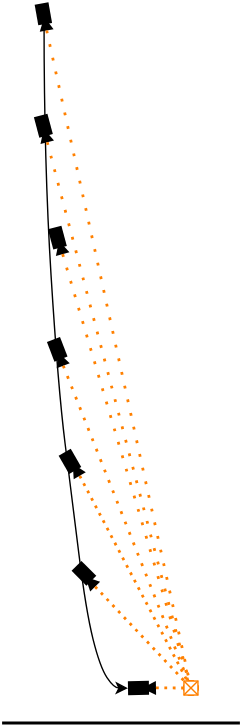
NXXR/Master-Thesis keeps this draw.io diagram as presentation/img/AutomaticNavigation_LandingPlanned.svg. Above is the earlier version. Source tidied: cells renumbered, new cells last; positions are measured from the earlier drawing's top-left corner, leaving out a move shared by most shapes.
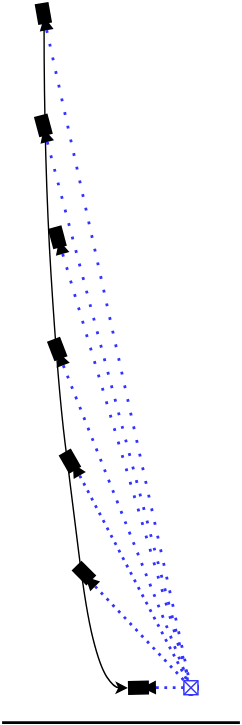
Above is the later version.

What changed in the source:
```diff
@@ -2,13 +2,13 @@
   <root>
     <mxCell id="0" />
     <mxCell id="1" parent="0" />
-    <mxCell id="2" style="endArrow=none;dashed=1;html=1;dashPattern=1 2;strokeWidth=2;strokeColor=#FF8000;exitX=0;exitY=0.5;exitDx=0;exitDy=0;entryX=0.5;entryY=0.5;entryDx=0;entryDy=0;entryPerimeter=0;" parent="1" edge="1" source="25" target="38">
+    <mxCell id="2" style="endArrow=none;dashed=1;html=1;dashPattern=1 2;strokeWidth=2;exitX=0;exitY=0.5;exitDx=0;exitDy=0;entryX=0.5;entryY=0.5;entryDx=0;entryDy=0;entryPerimeter=0;strokeColor=#3333FF;" parent="1" edge="1" source="25" target="38">
       <mxGeometry relative="1" as="geometry" />
     </mxCell>
-    <mxCell id="3" style="ellipse;whiteSpace=wrap;html=1;strokeColor=#FF8000;strokeWidth=1;fillColor=none;" parent="1" vertex="1">
+    <mxCell id="3" style="ellipse;whiteSpace=wrap;html=1;strokeWidth=1;fillColor=none;strokeColor=#3333FF;" parent="1" vertex="1">
       <mxGeometry x="130" y="482" width="10" height="10" as="geometry" />
     </mxCell>
-    <mxCell id="4" style="ellipse;whiteSpace=wrap;html=1;strokeColor=#FF8000;strokeWidth=1;fillColor=none;" parent="1" vertex="1">
+    <mxCell id="4" style="ellipse;whiteSpace=wrap;html=1;strokeWidth=1;fillColor=none;strokeColor=#3333FF;" parent="1" vertex="1">
       <mxGeometry x="130" y="482" width="10" height="10" as="geometry" />
     </mxCell>
     <mxCell id="5" style="endArrow=none;html=1;strokeWidth=2;" parent="1" edge="1">
@@ -39,7 +39,7 @@
     <mxCell id="9" style="rounded=0;whiteSpace=wrap;html=1;dashed=1;dashPattern=1 1;strokeWidth=2;fillColor=#000000;strokeColor=none;rotation=-181;" parent="7" vertex="1">
       <mxGeometry width="15" height="10" as="geometry" />
     </mxCell>
-    <mxCell id="10" style="endArrow=none;dashed=1;html=1;dashPattern=1 2;strokeWidth=2;strokeColor=#FF8000;exitX=0;exitY=0.5;exitDx=0;exitDy=0;entryX=0.5;entryY=0.5;entryDx=0;entryDy=0;entryPerimeter=0;" parent="1" edge="1" source="8" target="4">
+    <mxCell id="10" style="endArrow=none;dashed=1;html=1;dashPattern=1 2;strokeWidth=2;exitX=0;exitY=0.5;exitDx=0;exitDy=0;entryX=0.5;entryY=0.5;entryDx=0;entryDy=0;entryPerimeter=0;strokeColor=#3333FF;" parent="1" edge="1" source="8" target="4">
       <mxGeometry relative="1" as="geometry" />
     </mxCell>
     <mxCell id="11" style="group;rotation=-100;" parent="1" vertex="1">
@@ -99,43 +99,43 @@
     <mxCell id="29" style="rounded=0;whiteSpace=wrap;html=1;dashed=1;dashPattern=1 1;strokeWidth=2;fillColor=#000000;strokeColor=none;rotation=-135;" parent="27" vertex="1">
       <mxGeometry x="1" y="-2" width="15" height="10" as="geometry" />
     </mxCell>
-    <mxCell id="30" style="endArrow=none;dashed=1;html=1;dashPattern=1 2;strokeWidth=2;exitX=0;exitY=0.5;exitDx=0;exitDy=0;strokeColor=#FF8000;entryX=0.5;entryY=0.5;entryDx=0;entryDy=0;entryPerimeter=0;" parent="1" edge="1" source="28" target="39">
+    <mxCell id="30" style="endArrow=none;dashed=1;html=1;dashPattern=1 2;strokeWidth=2;exitX=0;exitY=0.5;exitDx=0;exitDy=0;entryX=0.5;entryY=0.5;entryDx=0;entryDy=0;entryPerimeter=0;strokeColor=#3333FF;" parent="1" edge="1" source="28" target="39">
       <mxGeometry relative="1" as="geometry" />
     </mxCell>
-    <mxCell id="31" style="endArrow=none;dashed=1;html=1;dashPattern=1 3;strokeWidth=2;exitX=0;exitY=0.5;exitDx=0;exitDy=0;strokeColor=#FF8000;entryX=0.5;entryY=0.5;entryDx=0;entryDy=0;entryPerimeter=0;" parent="1" edge="1" source="22" target="37">
+    <mxCell id="31" style="endArrow=none;dashed=1;html=1;dashPattern=1 3;strokeWidth=2;exitX=0;exitY=0.5;exitDx=0;exitDy=0;entryX=0.5;entryY=0.5;entryDx=0;entryDy=0;entryPerimeter=0;strokeColor=#3333FF;" parent="1" edge="1" source="22" target="37">
       <mxGeometry relative="1" as="geometry" />
     </mxCell>
-    <mxCell id="32" style="endArrow=none;dashed=1;html=1;dashPattern=1 4;strokeWidth=2;exitX=0;exitY=0.5;exitDx=0;exitDy=0;strokeColor=#FF8000;entryX=0.5;entryY=0.5;entryDx=0;entryDy=0;entryPerimeter=0;" parent="1" edge="1" source="18" target="36">
+    <mxCell id="32" style="endArrow=none;dashed=1;html=1;dashPattern=1 4;strokeWidth=2;exitX=0;exitY=0.5;exitDx=0;exitDy=0;entryX=0.5;entryY=0.5;entryDx=0;entryDy=0;entryPerimeter=0;strokeColor=#3333FF;" parent="1" edge="1" source="18" target="36">
       <mxGeometry relative="1" as="geometry" />
     </mxCell>
-    <mxCell id="33" style="endArrow=none;dashed=1;html=1;dashPattern=1 4;strokeWidth=2;exitX=0;exitY=0.5;exitDx=0;exitDy=0;strokeColor=#FF8000;snapToPoint=0;entryX=0.5;entryY=0.5;entryDx=0;entryDy=0;entryPerimeter=0;" parent="1" edge="1" source="15" target="3">
+    <mxCell id="33" style="endArrow=none;dashed=1;html=1;dashPattern=1 4;strokeWidth=2;exitX=0;exitY=0.5;exitDx=0;exitDy=0;snapToPoint=0;entryX=0.5;entryY=0.5;entryDx=0;entryDy=0;entryPerimeter=0;strokeColor=#3333FF;" parent="1" edge="1" source="15" target="3">
       <mxGeometry relative="1" as="geometry" />
     </mxCell>
-    <mxCell id="34" style="endArrow=none;dashed=1;html=1;dashPattern=1 4;strokeWidth=2;strokeColor=#FF8000;exitX=0;exitY=0.5;exitDx=0;exitDy=0;entryX=0.5;entryY=0.5;entryDx=0;entryDy=0;entryPerimeter=0;" parent="1" edge="1" source="12" target="35">
+    <mxCell id="34" style="endArrow=none;dashed=1;html=1;dashPattern=1 4;strokeWidth=2;exitX=0;exitY=0.5;exitDx=0;exitDy=0;entryX=0.5;entryY=0.5;entryDx=0;entryDy=0;entryPerimeter=0;strokeColor=#3333FF;" parent="1" edge="1" source="12" target="35">
       <mxGeometry relative="1" as="geometry" />
     </mxCell>
-    <mxCell id="35" style="ellipse;whiteSpace=wrap;html=1;strokeColor=#FF8000;strokeWidth=1;fillColor=none;" parent="1" vertex="1">
+    <mxCell id="35" style="ellipse;whiteSpace=wrap;html=1;strokeWidth=1;fillColor=none;strokeColor=#3333FF;" parent="1" vertex="1">
       <mxGeometry x="130" y="482" width="10" height="10" as="geometry" />
     </mxCell>
-    <mxCell id="36" style="ellipse;whiteSpace=wrap;html=1;strokeColor=#FF8000;strokeWidth=1;fillColor=none;" parent="1" vertex="1">
+    <mxCell id="36" style="ellipse;whiteSpace=wrap;html=1;strokeWidth=1;fillColor=none;strokeColor=#3333FF;" parent="1" vertex="1">
       <mxGeometry x="130" y="482" width="10" height="10" as="geometry" />
     </mxCell>
-    <mxCell id="37" style="ellipse;whiteSpace=wrap;html=1;strokeColor=#FF8000;strokeWidth=1;fillColor=none;" parent="1" vertex="1">
+    <mxCell id="37" style="ellipse;whiteSpace=wrap;html=1;strokeWidth=1;fillColor=none;strokeColor=#3333FF;" parent="1" vertex="1">
       <mxGeometry x="130" y="482" width="10" height="10" as="geometry" />
     </mxCell>
-    <mxCell id="38" style="ellipse;whiteSpace=wrap;html=1;strokeColor=#FF8000;strokeWidth=1;fillColor=none;" parent="1" vertex="1">
+    <mxCell id="38" style="ellipse;whiteSpace=wrap;html=1;strokeWidth=1;fillColor=none;strokeColor=#3333FF;" parent="1" vertex="1">
       <mxGeometry x="130" y="482" width="10" height="10" as="geometry" />
     </mxCell>
-    <mxCell id="39" style="ellipse;whiteSpace=wrap;html=1;strokeColor=#FF8000;strokeWidth=1;fillColor=none;" parent="1" vertex="1">
+    <mxCell id="39" style="ellipse;whiteSpace=wrap;html=1;strokeWidth=1;fillColor=none;strokeColor=#3333FF;" parent="1" vertex="1">
       <mxGeometry x="130" y="482" width="10" height="10" as="geometry" />
     </mxCell>
-    <mxCell id="40" style="rounded=0;whiteSpace=wrap;html=1;strokeColor=#FF8000;strokeWidth=1;" parent="1" vertex="1">
+    <mxCell id="40" style="rounded=0;whiteSpace=wrap;html=1;strokeWidth=1;strokeColor=#3333FF;" parent="1" vertex="1">
       <mxGeometry x="130" y="482" width="10" height="10" as="geometry" />
     </mxCell>
-    <mxCell id="41" style="endArrow=none;html=1;strokeColor=#FF8000;entryX=1;entryY=0;entryDx=0;entryDy=0;exitX=0;exitY=1;exitDx=0;exitDy=0;strokeWidth=1;" parent="1" edge="1" source="40" target="40">
+    <mxCell id="41" style="endArrow=none;html=1;entryX=1;entryY=0;entryDx=0;entryDy=0;exitX=0;exitY=1;exitDx=0;exitDy=0;strokeWidth=1;strokeColor=#3333FF;" parent="1" edge="1" source="40" target="40">
       <mxGeometry relative="1" as="geometry" />
     </mxCell>
-    <mxCell id="42" style="endArrow=none;html=1;strokeColor=#FF8000;strokeWidth=1;exitX=0;exitY=0;exitDx=0;exitDy=0;entryX=1;entryY=1;entryDx=0;entryDy=0;" parent="1" edge="1" source="40" target="40">
+    <mxCell id="42" style="endArrow=none;html=1;strokeWidth=1;exitX=0;exitY=0;exitDx=0;exitDy=0;entryX=1;entryY=1;entryDx=0;entryDy=0;strokeColor=#3333FF;" parent="1" edge="1" source="40" target="40">
       <mxGeometry relative="1" as="geometry" />
     </mxCell>
   </root>
```
